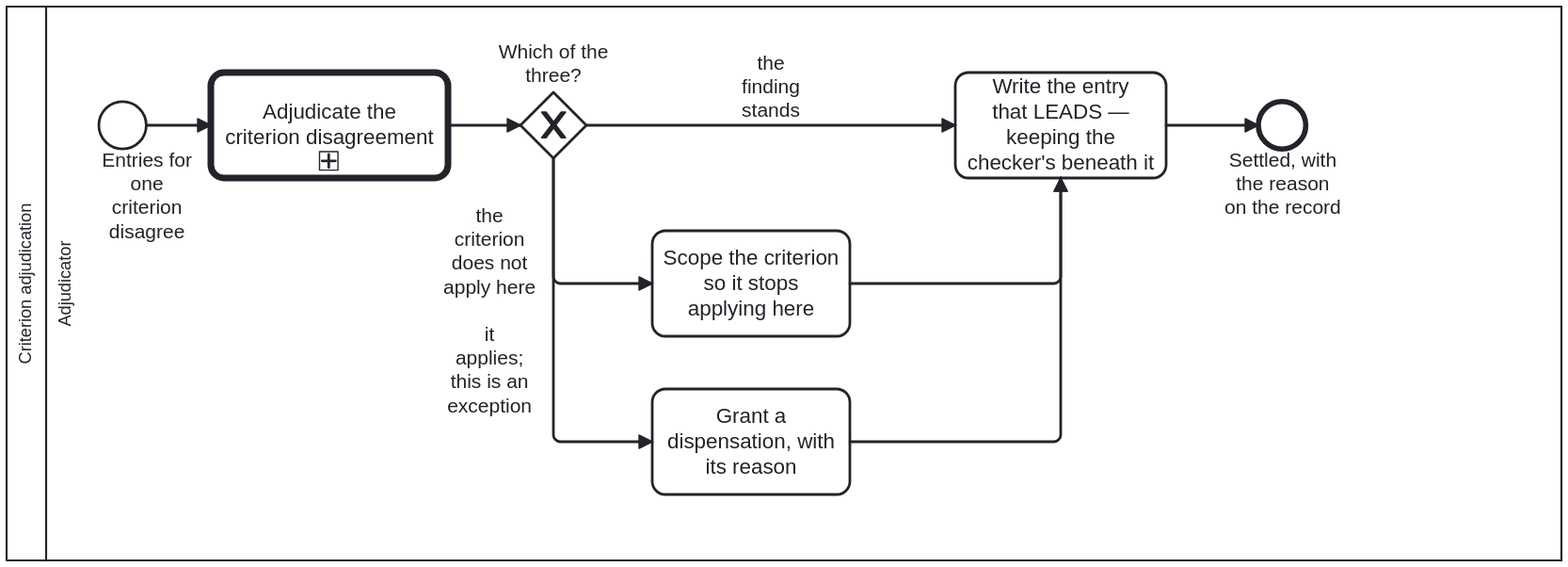
The BPMN diagram docs/assets/img/workflows/criterion-adjudication.svg in litlfred/cat-harness, before a commit. Its source is kept beside it as processes/sdlc/criterion-adjudication.bpmn. Ids are renumbered.
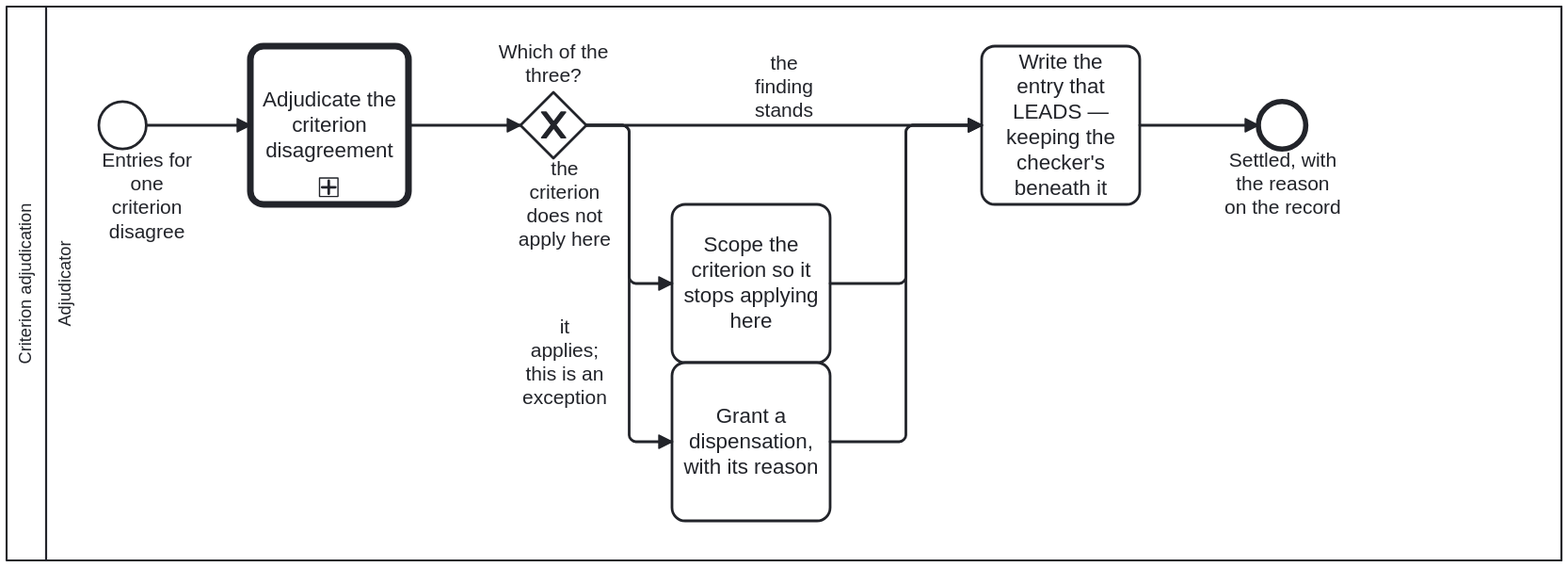
Above is the later version.

The edit, as a diff of the source:
```diff
@@ -164,23 +164,23 @@
 
       <bpmndi:BPMNShape id="Shape_Start_CriterionDisagreement" bpmnElement="Start_CriterionDisagreement">
         <dc:Bounds x="230" y="132" width="36" height="36" />
-        <bpmndi:BPMNLabel><dc:Bounds x="221.59" y="167.5" width="90" height="72" /></bpmndi:BPMNLabel>
-      </bpmndi:BPMNShape>
+
+      <bpmndi:BPMNLabel><dc:Bounds x="221.59" y="167.5" width="90" height="72" /></bpmndi:BPMNLabel></bpmndi:BPMNShape>
       <bpmndi:BPMNShape id="Shape_Call_Adjudicate" bpmnElement="Call_Adjudicate">
-        <dc:Bounds x="315" y="110" width="180" height="80" />
+        <dc:Bounds x="345" y="90" width="120" height="120" />
       </bpmndi:BPMNShape>
       <bpmndi:BPMNShape id="Shape_GW_Outcome" bpmnElement="GW_Outcome" isMarkerVisible="true">
         <dc:Bounds x="550" y="125" width="50" height="50" />
 
       <bpmndi:BPMNLabel><dc:Bounds x="530" y="86" width="90" height="35" /></bpmndi:BPMNLabel></bpmndi:BPMNShape>
       <bpmndi:BPMNShape id="Shape_A_ScopeCriterion" bpmnElement="A_ScopeCriterion">
-        <dc:Bounds x="650" y="230" width="150" height="80" />
+        <dc:Bounds x="665" y="210" width="120" height="120" />
       </bpmndi:BPMNShape>
       <bpmndi:BPMNShape id="Shape_A_Dispensation" bpmnElement="A_Dispensation">
-        <dc:Bounds x="650" y="350" width="150" height="80" />
+        <dc:Bounds x="665" y="330" width="120" height="120" />
       </bpmndi:BPMNShape>
       <bpmndi:BPMNShape id="Shape_A_RecordEntry" bpmnElement="A_RecordEntry">
-        <dc:Bounds x="880" y="110" width="160" height="80" />
+        <dc:Bounds x="900" y="90" width="120" height="120" />
       </bpmndi:BPMNShape>
       <bpmndi:BPMNShape id="Shape_End_Settled" bpmnElement="End_Settled">
         <dc:Bounds x="1110" y="132" width="36" height="36" />
@@ -188,42 +188,46 @@
 
       <bpmndi:BPMNEdge id="Edge_F_C1" bpmnElement="F_C1">
         <di:waypoint x="266" y="150" />
-        <di:waypoint x="315" y="150" />
+        <di:waypoint x="345" y="150" />
       </bpmndi:BPMNEdge>
       <bpmndi:BPMNEdge id="Edge_F_C2" bpmnElement="F_C2">
-        <di:waypoint x="495" y="150" />
+        <di:waypoint x="465" y="150" />
         <di:waypoint x="550" y="150" />
       </bpmndi:BPMNEdge>
       <bpmndi:BPMNEdge id="Edge_F_Stands" bpmnElement="F_Stands">
-        <di:waypoint x="600" y="150"/>
-        <di:waypoint x="880" y="150"/>
-        <bpmndi:BPMNLabel><dc:Bounds x="695" y="94" width="90" height="53" /></bpmndi:BPMNLabel>
+        <di:waypoint x="600" y="150" />
+        <di:waypoint x="900" y="150" />
+        <bpmndi:BPMNLabel><dc:Bounds x="705" y="94" width="90" height="53" /></bpmndi:BPMNLabel>
       </bpmndi:BPMNEdge>
       <bpmndi:BPMNEdge id="Edge_F_Scope" bpmnElement="F_Scope">
-        <di:waypoint x="575" y="175"/>
-        <di:waypoint x="575" y="270"/>
-        <di:waypoint x="650" y="270"/>
-        <bpmndi:BPMNLabel><dc:Bounds x="481" y="210.25" width="90" height="72" /></bpmndi:BPMNLabel>
+        <di:waypoint x="600" y="150" />
+        <di:waypoint x="632.5" y="150" />
+        <di:waypoint x="632.5" y="270" />
+        <di:waypoint x="665" y="270" />
+        <bpmndi:BPMNLabel><dc:Bounds x="538.5" y="174" width="90" height="72" /></bpmndi:BPMNLabel>
       </bpmndi:BPMNEdge>
       <bpmndi:BPMNEdge id="Edge_F_Exception" bpmnElement="F_Exception">
-        <di:waypoint x="575" y="175"/>
-        <di:waypoint x="575" y="390"/>
-        <di:waypoint x="650" y="390"/>
-        <bpmndi:BPMNLabel><dc:Bounds x="481" y="300.25" width="90" height="72" /></bpmndi:BPMNLabel>
+        <di:waypoint x="600" y="150" />
+        <di:waypoint x="632.5" y="150" />
+        <di:waypoint x="632.5" y="390" />
+        <di:waypoint x="665" y="390" />
+        <bpmndi:BPMNLabel><dc:Bounds x="538.5" y="294" width="90" height="72" /></bpmndi:BPMNLabel>
       </bpmndi:BPMNEdge>
       <bpmndi:BPMNEdge id="Edge_F_C5" bpmnElement="F_C5">
-        <di:waypoint x="800" y="270"/>
-        <di:waypoint x="960" y="270"/>
-        <di:waypoint x="960" y="190"/>
+        <di:waypoint x="785" y="270" />
+        <di:waypoint x="842.5" y="270" />
+        <di:waypoint x="842.5" y="150" />
+        <di:waypoint x="900" y="150" />
       </bpmndi:BPMNEdge>
       <bpmndi:BPMNEdge id="Edge_F_C6" bpmnElement="F_C6">
-        <di:waypoint x="800" y="390"/>
-        <di:waypoint x="960" y="390"/>
-        <di:waypoint x="960" y="190"/>
+        <di:waypoint x="785" y="390" />
+        <di:waypoint x="842.5" y="390" />
+        <di:waypoint x="842.5" y="150" />
+        <di:waypoint x="900" y="150" />
       </bpmndi:BPMNEdge>
       <bpmndi:BPMNEdge id="Edge_F_C7" bpmnElement="F_C7">
-        <di:waypoint x="1040" y="150"/>
-        <di:waypoint x="1110" y="150"/>
+        <di:waypoint x="1020" y="150" />
+        <di:waypoint x="1110" y="150" />
       </bpmndi:BPMNEdge>
     </bpmndi:BPMNPlane>
   </bpmndi:BPMNDiagram>
```
